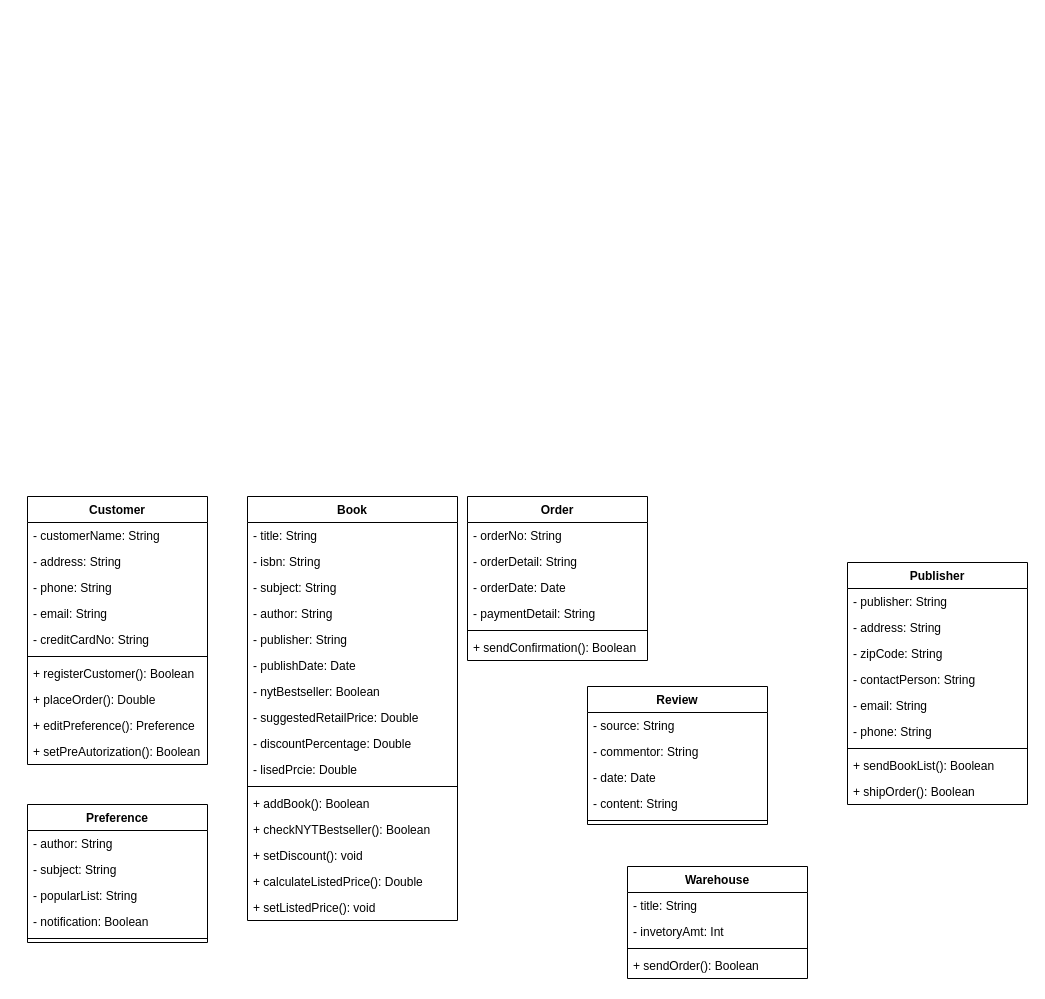
Above: Project_Class.drawio in LarryChenCode/IS7020_diagrams (draw.io), before the change. Source tidied: cells renumbered, new cells numbered last; positions are measured from the earlier drawing's top-left corner, leaving out a move shared by most shapes. Both pictures are drawn from the tidied source at 100%, with x=0, y=0 at pixel (27, 496).
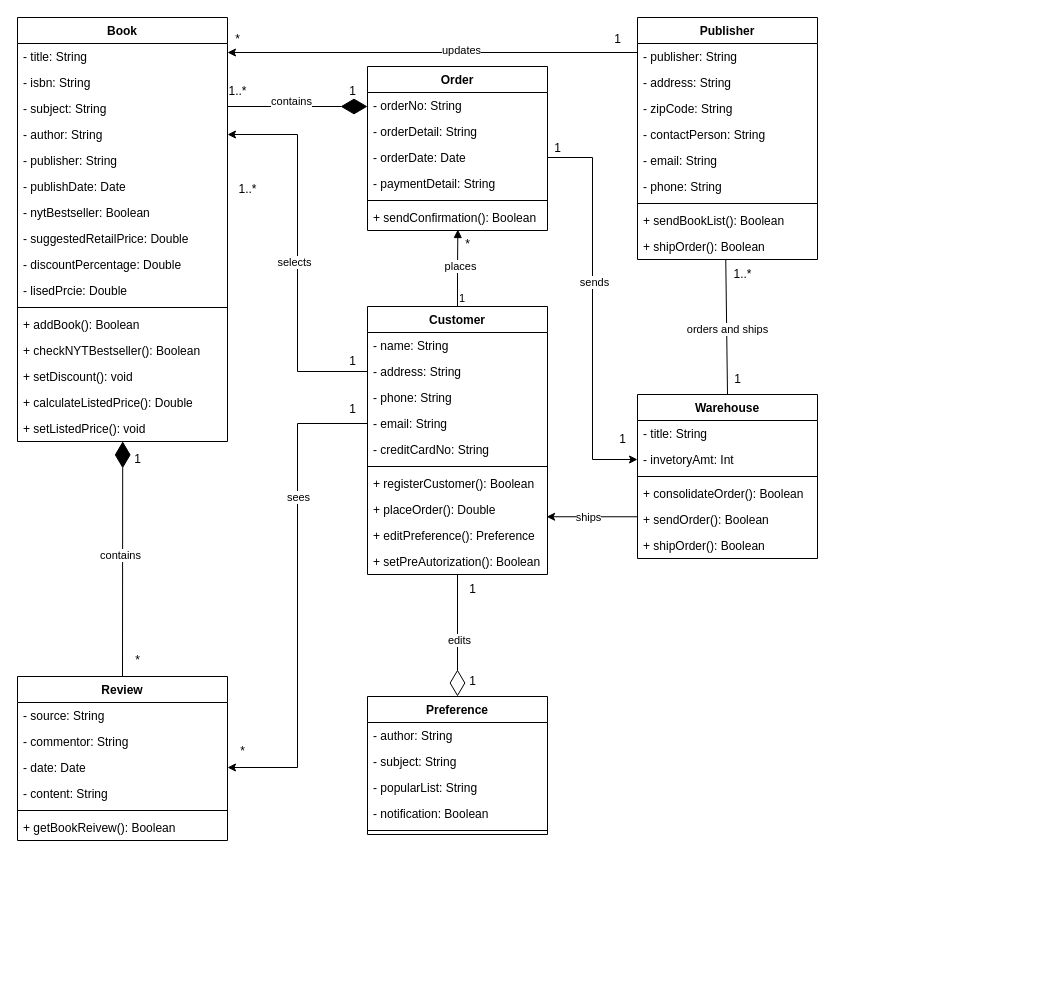
The same diagram, later.

The change refers to these unchanged cells:
```xml
<mxCell id="6" value="- author: String" style="text;strokeColor=none;fillColor=none;align=left;verticalAlign=top;spacingLeft=4;spacingRight=4;overflow=hidden;points=[[0,0.5],[1,0.5]];portConstraint=eastwest;whiteSpace=wrap;html=1;" parent="2" vertex="1">
  <mxGeometry y="104" width="210" height="26" as="geometry" />
</mxCell>
<mxCell id="18" value="+ setListedPrice(): void" style="text;strokeColor=none;fillColor=none;align=left;verticalAlign=top;spacingLeft=4;spacingRight=4;overflow=hidden;points=[[0,0.5],[1,0.5]];portConstraint=eastwest;whiteSpace=wrap;html=1;" parent="2" vertex="1">
  <mxGeometry y="398" width="210" height="26" as="geometry" />
</mxCell>
<mxCell id="21" value="- address: String" style="text;strokeColor=none;fillColor=none;align=left;verticalAlign=top;spacingLeft=4;spacingRight=4;overflow=hidden;points=[[0,0.5],[1,0.5]];portConstraint=eastwest;whiteSpace=wrap;html=1;" parent="19" vertex="1">
  <mxGeometry y="52" width="180" height="26" as="geometry" />
</mxCell>
<mxCell id="23" value="- email: String" style="text;strokeColor=none;fillColor=none;align=left;verticalAlign=top;spacingLeft=4;spacingRight=4;overflow=hidden;points=[[0,0.5],[1,0.5]];portConstraint=eastwest;whiteSpace=wrap;html=1;" parent="19" vertex="1">
  <mxGeometry y="104" width="180" height="26" as="geometry" />
</mxCell>
<mxCell id="27" value="+ placeOrder(): Double" style="text;strokeColor=none;fillColor=none;align=left;verticalAlign=top;spacingLeft=4;spacingRight=4;overflow=hidden;points=[[0,0.5],[1,0.5]];portConstraint=eastwest;whiteSpace=wrap;html=1;" parent="19" vertex="1">
  <mxGeometry y="190" width="180" height="26" as="geometry" />
</mxCell>
<mxCell id="29" value="+ setPreAutorization(): Boolean" style="text;strokeColor=none;fillColor=none;align=left;verticalAlign=top;spacingLeft=4;spacingRight=4;overflow=hidden;points=[[0,0.5],[1,0.5]];portConstraint=eastwest;whiteSpace=wrap;html=1;" parent="19" vertex="1">
  <mxGeometry y="242" width="180" height="26" as="geometry" />
</mxCell>
<mxCell id="33" value="- orderDate: Date" style="text;strokeColor=none;fillColor=none;align=left;verticalAlign=top;spacingLeft=4;spacingRight=4;overflow=hidden;points=[[0,0.5],[1,0.5]];portConstraint=eastwest;whiteSpace=wrap;html=1;" parent="30" vertex="1">
  <mxGeometry y="78" width="180" height="26" as="geometry" />
</mxCell>
<mxCell id="36" value="+ sendConfirmation(): Boolean" style="text;strokeColor=none;fillColor=none;align=left;verticalAlign=top;spacingLeft=4;spacingRight=4;overflow=hidden;points=[[0,0.5],[1,0.5]];portConstraint=eastwest;whiteSpace=wrap;html=1;" parent="30" vertex="1">
  <mxGeometry y="138" width="180" height="26" as="geometry" />
</mxCell>
<mxCell id="55" value="- invetoryAmt: Int" style="text;strokeColor=none;fillColor=none;align=left;verticalAlign=top;spacingLeft=4;spacingRight=4;overflow=hidden;points=[[0,0.5],[1,0.5]];portConstraint=eastwest;whiteSpace=wrap;html=1;" parent="53" vertex="1">
  <mxGeometry y="52" width="180" height="26" as="geometry" />
</mxCell>
```

Change to the diagram source:
```diff
@@
     <mxCell id="2" value="Book" style="swimlane;fontStyle=1;align=center;verticalAlign=top;horizontal=1;startSize=26;whiteSpace=wrap;html=1;" parent="1" vertex="1">
-      <mxGeometry x="220" width="210" height="424" as="geometry" />
+      <mxGeometry x="-10" y="-479" width="210" height="424" as="geometry" />
     </mxCell>
@@
     <mxCell id="19" value="Customer" style="swimlane;fontStyle=1;align=center;verticalAlign=top;horizontal=1;startSize=26;whiteSpace=wrap;html=1;" parent="1" vertex="1">
-      <mxGeometry width="180" height="268" as="geometry" />
+      <mxGeometry x="340" y="-190" width="180" height="268" as="geometry" />
     </mxCell>
-    <mxCell id="20" value="- customerName: String" style="text;strokeColor=none;fillColor=none;align=left;verticalAlign=top;spacingLeft=4;spacingRight=4;overflow=hidden;whiteSpace=wrap;html=1;" parent="19" vertex="1">
+    <mxCell id="20" value="- name: String" style="text;strokeColor=none;fillColor=none;align=left;verticalAlign=top;spacingLeft=4;spacingRight=4;overflow=hidden;whiteSpace=wrap;html=1;" parent="19" vertex="1">
       <mxGeometry y="26" width="180" height="26" as="geometry" />
     </mxCell>
@@
     <mxCell id="30" value="Order" style="swimlane;fontStyle=1;align=center;verticalAlign=top;horizontal=1;startSize=26;whiteSpace=wrap;html=1;" parent="1" vertex="1">
-      <mxGeometry x="440" width="180" height="164" as="geometry" />
+      <mxGeometry x="340" y="-430" width="180" height="164" as="geometry" />
     </mxCell>
@@
     <mxCell id="37" value="Review" style="swimlane;fontStyle=1;align=center;verticalAlign=top;horizontal=1;startSize=26;whiteSpace=wrap;html=1;" parent="1" vertex="1">
-      <mxGeometry x="560" y="190" width="180" height="138" as="geometry" />
+      <mxGeometry x="-10" y="180" width="210" height="164" as="geometry" />
     </mxCell>
     <mxCell id="38" value="- source: String" style="text;strokeColor=none;fillColor=none;align=left;verticalAlign=top;spacingLeft=4;spacingRight=4;overflow=hidden;whiteSpace=wrap;html=1;" parent="37" vertex="1">
-      <mxGeometry y="26" width="180" height="26" as="geometry" />
+      <mxGeometry y="26" width="210" height="26" as="geometry" />
     </mxCell>
     <mxCell id="39" value="- commentor: String" style="text;strokeColor=none;fillColor=none;align=left;verticalAlign=top;spacingLeft=4;spacingRight=4;overflow=hidden;whiteSpace=wrap;html=1;" parent="37" vertex="1">
-      <mxGeometry y="52" width="180" height="26" as="geometry" />
+      <mxGeometry y="52" width="210" height="26" as="geometry" />
     </mxCell>
     <mxCell id="40" value="- date: Date" style="text;strokeColor=none;fillColor=none;align=left;verticalAlign=top;spacingLeft=4;spacingRight=4;overflow=hidden;points=[[0,0.5],[1,0.5]];portConstraint=eastwest;whiteSpace=wrap;html=1;" parent="37" vertex="1">
-      <mxGeometry y="78" width="180" height="26" as="geometry" />
+      <mxGeometry y="78" width="210" height="26" as="geometry" />
     </mxCell>
     <mxCell id="41" value="- content: String" style="text;strokeColor=none;fillColor=none;align=left;verticalAlign=top;spacingLeft=4;spacingRight=4;overflow=hidden;whiteSpace=wrap;html=1;" parent="37" vertex="1">
-      <mxGeometry y="104" width="180" height="26" as="geometry" />
+      <mxGeometry y="104" width="210" height="26" as="geometry" />
     </mxCell>
     <mxCell id="42" style="line;strokeWidth=1;fillColor=none;align=left;verticalAlign=middle;spacingTop=-1;spacingLeft=3;spacingRight=3;labelPosition=right;strokeColor=inherit;" parent="37" vertex="1">
-      <mxGeometry y="130" width="180" height="8" as="geometry" />
+      <mxGeometry y="130" width="210" height="8" as="geometry" />
     </mxCell>
+    <mxCell id="64" value="+ getBookReivew(): Boolean" style="text;strokeColor=none;fillColor=none;align=left;verticalAlign=top;spacingLeft=4;spacingRight=4;overflow=hidden;whiteSpace=wrap;html=1;" parent="37" vertex="1">
+      <mxGeometry y="138" width="210" height="26" as="geometry" />
+    </mxCell>
     <mxCell id="43" value="Publisher" style="swimlane;fontStyle=1;align=center;verticalAlign=top;horizontal=1;startSize=26;whiteSpace=wrap;html=1;" parent="1" vertex="1">
-      <mxGeometry x="820" y="66" width="180" height="242" as="geometry" />
+      <mxGeometry x="610" y="-479" width="180" height="242" as="geometry" />
     </mxCell>
@@
     <mxCell id="53" value="Warehouse" style="swimlane;fontStyle=1;align=center;verticalAlign=top;horizontal=1;startSize=26;whiteSpace=wrap;html=1;" parent="1" vertex="1">
-      <mxGeometry x="600" y="370" width="180" height="112" as="geometry" />
+      <mxGeometry x="610" y="-102" width="180" height="164" as="geometry" />
     </mxCell>
@@
+    <mxCell id="65" value="+ consolidateOrder(): Boolean" style="text;strokeColor=none;fillColor=none;align=left;verticalAlign=top;spacingLeft=4;spacingRight=4;overflow=hidden;whiteSpace=wrap;html=1;" parent="53" vertex="1">
+      <mxGeometry y="86" width="180" height="26" as="geometry" />
+    </mxCell>
+    <mxCell id="66" value="+ sendOrder(): Boolean" style="text;strokeColor=none;fillColor=none;align=left;verticalAlign=top;spacingLeft=4;spacingRight=4;overflow=hidden;points=[[0,0.5],[1,0.5]];portConstraint=eastwest;whiteSpace=wrap;html=1;" parent="53" vertex="1">
+      <mxGeometry y="112" width="180" height="26" as="geometry" />
+    </mxCell>
-    <mxCell id="57" value="+ sendOrder(): Boolean" style="text;strokeColor=none;fillColor=none;align=left;verticalAlign=top;spacingLeft=4;spacingRight=4;overflow=hidden;whiteSpace=wrap;html=1;" parent="53" vertex="1">
-      <mxGeometry y="86" width="180" height="26" as="geometry" />
+    <mxCell id="57" value="+ shipOrder(): Boolean" style="text;strokeColor=none;fillColor=none;align=left;verticalAlign=top;spacingLeft=4;spacingRight=4;overflow=hidden;whiteSpace=wrap;html=1;" parent="53" vertex="1">
+      <mxGeometry y="138" width="180" height="26" as="geometry" />
     </mxCell>
     <mxCell id="58" value="Preference" style="swimlane;fontStyle=1;align=center;verticalAlign=top;horizontal=1;startSize=26;whiteSpace=wrap;html=1;" parent="1" vertex="1">
-      <mxGeometry y="308" width="180" height="138" as="geometry" />
+      <mxGeometry x="340" y="200" width="180" height="138" as="geometry" />
     </mxCell>
@@
+    <mxCell id="67" value="*" style="text;html=1;align=center;verticalAlign=middle;strokeColor=none;fillColor=none;" parent="1" vertex="1">
+      <mxGeometry x="425" y="-267" width="30" height="30" as="geometry" />
+    </mxCell>
+    <mxCell id="68" value="1" style="text;html=1;align=center;verticalAlign=middle;strokeColor=none;fillColor=none;" parent="1" vertex="1">
+      <mxGeometry x="310" y="-102" width="30" height="30" as="geometry" />
+    </mxCell>
+    <mxCell id="69" value="*" style="text;html=1;align=center;verticalAlign=middle;strokeColor=none;fillColor=none;" parent="1" vertex="1">
+      <mxGeometry x="200" y="240" width="30" height="30" as="geometry" />
+    </mxCell>
+    <mxCell id="70" value="1" style="text;html=1;align=center;verticalAlign=middle;strokeColor=none;fillColor=none;" parent="1" vertex="1">
+      <mxGeometry x="310" y="-150" width="30" height="30" as="geometry" />
+    </mxCell>
+    <mxCell id="71" value="1..*" style="text;html=1;align=center;verticalAlign=middle;strokeColor=none;fillColor=none;" parent="1" vertex="1">
+      <mxGeometry x="200" y="-322" width="40" height="30" as="geometry" />
+    </mxCell>
+    <mxCell id="72" style="edgeStyle=orthogonalEdgeStyle;rounded=0;jettySize=auto;html=1;exitX=0;exitY=0.5;exitDx=0;exitDy=0;entryX=1;entryY=0.5;entryDx=0;entryDy=0;" parent="1" edge="1" source="23" target="40">
+      <mxGeometry relative="1" as="geometry" />
+    </mxCell>
+    <mxCell id="73" value="sees" style="edgeLabel;html=1;align=center;verticalAlign=middle;" parent="72" vertex="1">
+      <mxGeometry x="-0.41" relative="1" as="geometry" />
+    </mxCell>
+    <mxCell id="74" style="edgeStyle=orthogonalEdgeStyle;rounded=0;jettySize=auto;html=1;exitX=0;exitY=0.5;exitDx=0;exitDy=0;entryX=1;entryY=0.5;entryDx=0;entryDy=0;" parent="1" edge="1" source="21" target="6">
+      <mxGeometry relative="1" as="geometry" />
+    </mxCell>
+    <mxCell id="75" value="selects" style="edgeLabel;html=1;align=center;verticalAlign=middle;" parent="74" vertex="1">
+      <mxGeometry x="-0.04" y="4" relative="1" as="geometry">
+        <mxPoint y="1" as="offset" />
+      </mxGeometry>
+    </mxCell>
+    <mxCell id="76" style="endArrow=diamondThin;endFill=0;endSize=24;html=1;rounded=0;entryX=0.5;entryY=0;entryDx=0;entryDy=0;" parent="1" edge="1" source="29" target="58">
+      <mxGeometry relative="1" as="geometry" />
+    </mxCell>
+    <mxCell id="77" value="edits" style="edgeLabel;html=1;align=center;verticalAlign=middle;" parent="76" vertex="1">
+      <mxGeometry x="0.06" y="1" relative="1" as="geometry" />
+    </mxCell>
+    <mxCell id="78" value="1" style="text;html=1;align=center;verticalAlign=middle;strokeColor=none;fillColor=none;" parent="1" vertex="1">
+      <mxGeometry x="430" y="78" width="30" height="30" as="geometry" />
+    </mxCell>
+    <mxCell id="79" value="1" style="text;html=1;align=center;verticalAlign=middle;strokeColor=none;fillColor=none;" parent="1" vertex="1">
+      <mxGeometry x="430" y="170" width="30" height="30" as="geometry" />
+    </mxCell>
+    <mxCell id="80" style="endArrow=block;endFill=1;html=1;edgeStyle=orthogonalEdgeStyle;align=left;verticalAlign=top;rounded=0;entryX=0.502;entryY=0.962;entryDx=0;entryDy=0;entryPerimeter=0;exitX=0.5;exitY=0;exitDx=0;exitDy=0;" parent="1" edge="1" source="19" target="36">
+      <mxGeometry x="-1" relative="1" as="geometry" />
+    </mxCell>
+    <mxCell id="81" value="1" style="edgeLabel;html=1;align=left;verticalAlign=bottom;" parent="80" vertex="1">
+      <mxGeometry x="-1" relative="1" as="geometry" />
+    </mxCell>
+    <mxCell id="82" value="places" style="edgeLabel;html=1;align=center;verticalAlign=middle;" parent="80" vertex="1">
+      <mxGeometry x="0.06" y="-2" relative="1" as="geometry" />
+    </mxCell>
+    <mxCell id="83" style="edgeStyle=orthogonalEdgeStyle;rounded=0;jettySize=auto;html=1;exitX=1;exitY=0.5;exitDx=0;exitDy=0;entryX=0;entryY=0.5;entryDx=0;entryDy=0;" parent="1" edge="1" source="33" target="55">
+      <mxGeometry relative="1" as="geometry" />
+    </mxCell>
+    <mxCell id="84" value="sends" style="edgeLabel;html=1;align=center;verticalAlign=middle;" parent="83" vertex="1">
+      <mxGeometry x="-0.14" y="1" relative="1" as="geometry" />
+    </mxCell>
+    <mxCell id="85" value="1" style="text;html=1;align=center;verticalAlign=middle;strokeColor=none;fillColor=none;" parent="1" vertex="1">
+      <mxGeometry x="515" y="-363" width="30" height="30" as="geometry" />
+    </mxCell>
+    <mxCell id="86" value="1" style="text;html=1;align=center;verticalAlign=middle;strokeColor=none;fillColor=none;" parent="1" vertex="1">
+      <mxGeometry x="580" y="-72" width="30" height="30" as="geometry" />
+    </mxCell>
+    <mxCell id="87" value="1" style="text;html=1;align=center;verticalAlign=middle;strokeColor=none;fillColor=none;" parent="1" vertex="1">
+      <mxGeometry x="695" y="-132" width="30" height="30" as="geometry" />
+    </mxCell>
+    <mxCell id="88" value="1..*" style="text;html=1;align=center;verticalAlign=middle;points=[];strokeColor=none;fillColor=none;" parent="1" vertex="1">
+      <mxGeometry x="695" y="-237" width="40" height="30" as="geometry" />
+    </mxCell>
+    <mxCell id="89" style="endArrow=none;html=1;rounded=0;exitX=0.5;exitY=0;exitDx=0;exitDy=0;entryX=0.082;entryY=0.017;entryDx=0;entryDy=0;entryPerimeter=0;" parent="1" edge="1" source="53" target="88">
+      <mxGeometry relative="1" as="geometry" />
+    </mxCell>
+    <mxCell id="90" value="orders and ships" style="edgeLabel;html=1;align=center;verticalAlign=middle;" parent="89" vertex="1">
+      <mxGeometry x="-0.02" relative="1" as="geometry" />
+    </mxCell>
+    <mxCell id="91" style="endArrow=diamondThin;endFill=1;endSize=24;html=1;rounded=0;exitX=0.5;exitY=0;exitDx=0;exitDy=0;entryX=0.501;entryY=0.995;entryDx=0;entryDy=0;entryPerimeter=0;" parent="1" edge="1" source="37" target="18">
+      <mxGeometry relative="1" as="geometry" />
+    </mxCell>
+    <mxCell id="92" value="contains" style="edgeLabel;html=1;align=center;verticalAlign=middle;" parent="91" vertex="1">
+      <mxGeometry x="0.03" y="3" relative="1" as="geometry" />
+    </mxCell>
+    <mxCell id="93" value="1" style="text;html=1;align=center;verticalAlign=middle;strokeColor=none;fillColor=none;" parent="1" vertex="1">
+      <mxGeometry x="95" y="-52" width="30" height="30" as="geometry" />
+    </mxCell>
+    <mxCell id="94" value="*" style="text;html=1;align=center;verticalAlign=middle;strokeColor=none;fillColor=none;" parent="1" vertex="1">
+      <mxGeometry x="95" y="149" width="30" height="30" as="geometry" />
+    </mxCell>
+    <mxCell id="95" style="edgeStyle=orthogonalEdgeStyle;rounded=0;jettySize=auto;html=1;exitX=0.003;exitY=0.395;exitDx=0;exitDy=0;entryX=0.995;entryY=0.779;entryDx=0;entryDy=0;entryPerimeter=0;exitPerimeter=0;" parent="1" edge="1" source="66" target="27">
+      <mxGeometry relative="1" as="geometry" />
+    </mxCell>
+    <mxCell id="96" value="ships" style="edgeLabel;html=1;align=center;verticalAlign=middle;" parent="95" vertex="1">
+      <mxGeometry x="0.09" relative="1" as="geometry" />
+    </mxCell>
+    <mxCell id="97" style="edgeStyle=orthogonalEdgeStyle;rounded=0;orthogonalLoop=1;jettySize=auto;html=1;exitX=0;exitY=0.5;exitDx=0;exitDy=0;entryX=1;entryY=0.5;entryDx=0;entryDy=0;" parent="1" edge="1">
+      <mxGeometry relative="1" as="geometry">
+        <mxPoint x="610" y="-444" as="sourcePoint" />
+        <mxPoint x="200" y="-444" as="targetPoint" />
+      </mxGeometry>
+    </mxCell>
+    <mxCell id="98" value="updates" style="edgeLabel;html=1;align=center;verticalAlign=middle;" parent="97" vertex="1">
+      <mxGeometry x="-0.14" y="-3" relative="1" as="geometry">
+        <mxPoint x="-1" as="offset" />
+      </mxGeometry>
+    </mxCell>
+    <mxCell id="99" value="1" style="text;html=1;align=center;verticalAlign=middle;strokeColor=none;fillColor=none;" parent="1" vertex="1">
+      <mxGeometry x="575" y="-472" width="30" height="30" as="geometry" />
+    </mxCell>
+    <mxCell id="100" value="*" style="text;html=1;align=center;verticalAlign=middle;strokeColor=none;fillColor=none;" parent="1" vertex="1">
+      <mxGeometry x="195" y="-472" width="30" height="30" as="geometry" />
+    </mxCell>
+    <mxCell id="101" style="endArrow=diamondThin;endFill=1;endSize=24;html=1;rounded=0;" parent="1" edge="1">
+      <mxGeometry relative="1" as="geometry">
+        <mxPoint x="200" y="-390" as="sourcePoint" />
+        <mxPoint x="340" y="-390" as="targetPoint" />
+      </mxGeometry>
+    </mxCell>
+    <mxCell id="102" value="contains" style="edgeLabel;html=1;align=center;verticalAlign=middle;" parent="101" vertex="1">
+      <mxGeometry x="-0.1" y="6" relative="1" as="geometry" />
+    </mxCell>
+    <mxCell id="103" value="1" style="text;html=1;align=center;verticalAlign=middle;strokeColor=none;fillColor=none;" parent="1" vertex="1">
+      <mxGeometry x="310" y="-420" width="30" height="30" as="geometry" />
+    </mxCell>
+    <mxCell id="104" value="1..*" style="text;html=1;align=center;verticalAlign=middle;strokeColor=none;fillColor=none;" parent="1" vertex="1">
+      <mxGeometry x="190" y="-420" width="40" height="30" as="geometry" />
+    </mxCell>
```
